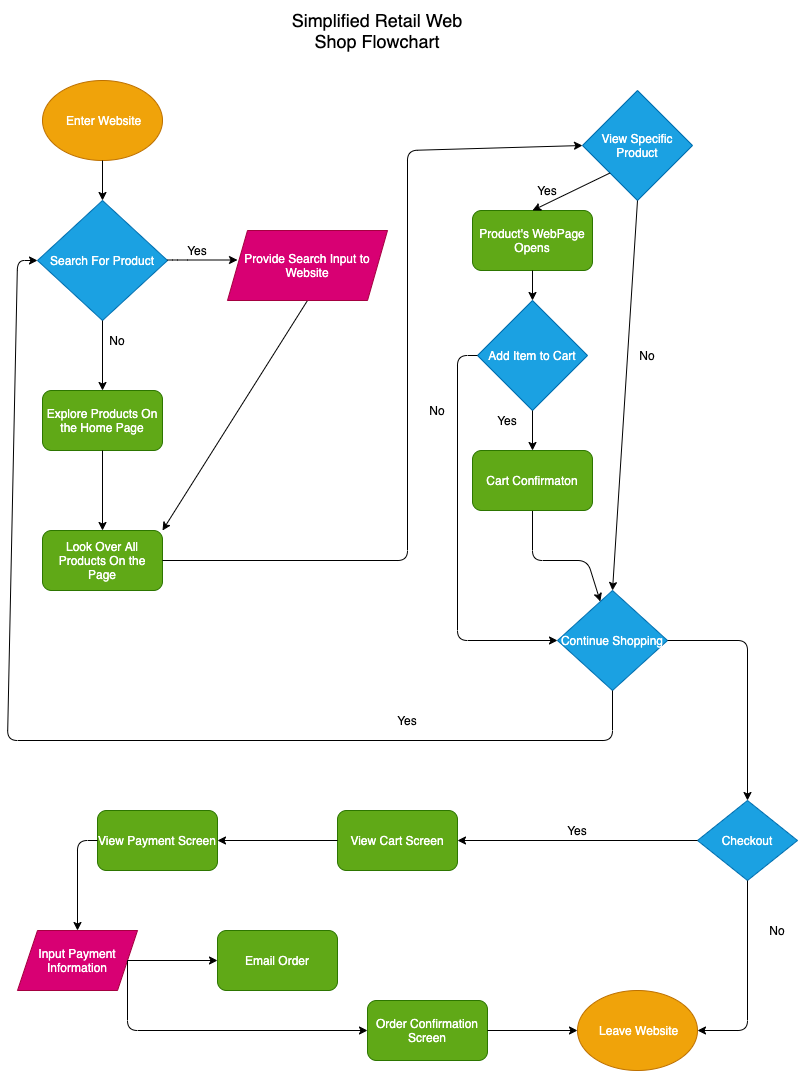
aksharans/sp21-cse110-lab4 keeps this draw.io diagram as part2/part2.drawio.png. Above is the earlier version. Source tidied: cells renumbered, new cells last; positions are measured from the earlier drawing's top-left corner, leaving out a move shared by most shapes.
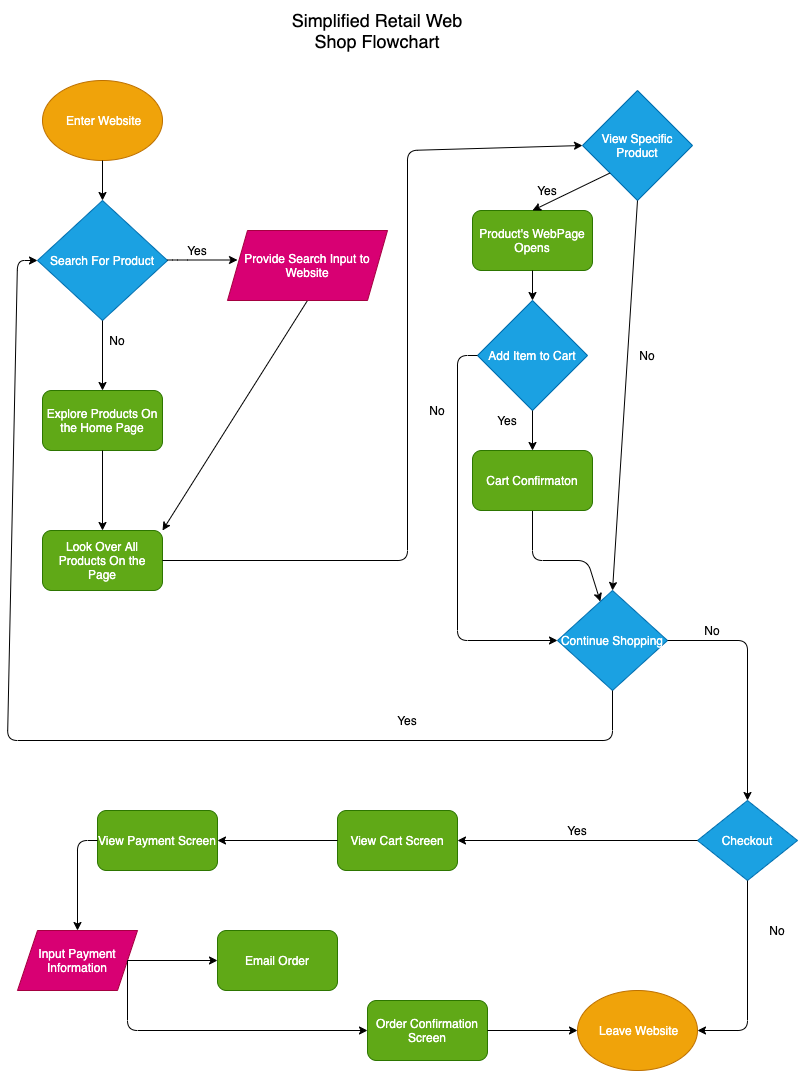
Later version of the same file.

The edit, as a diff of the source:
```diff
@@ -192,5 +192,8 @@
     <mxCell id="49" style="endArrow=classic;html=1;strokeColor=#000000;exitX=0.5;exitY=1;exitDx=0;exitDy=0;entryX=0.5;entryY=0;entryDx=0;entryDy=0;" parent="1" edge="1" source="17" target="26">
       <mxGeometry relative="1" as="geometry" />
     </mxCell>
+    <mxCell id="50" value="&lt;font color=&quot;#000000&quot;&gt;No&lt;/font&gt;" style="text;html=1;strokeColor=none;fillColor=none;align=center;verticalAlign=middle;whiteSpace=wrap;rounded=0;" parent="1" vertex="1">
+      <mxGeometry x="685" y="620" width="40" height="20" as="geometry" />
+    </mxCell>
   </root>
 </mxGraphModel>
```
